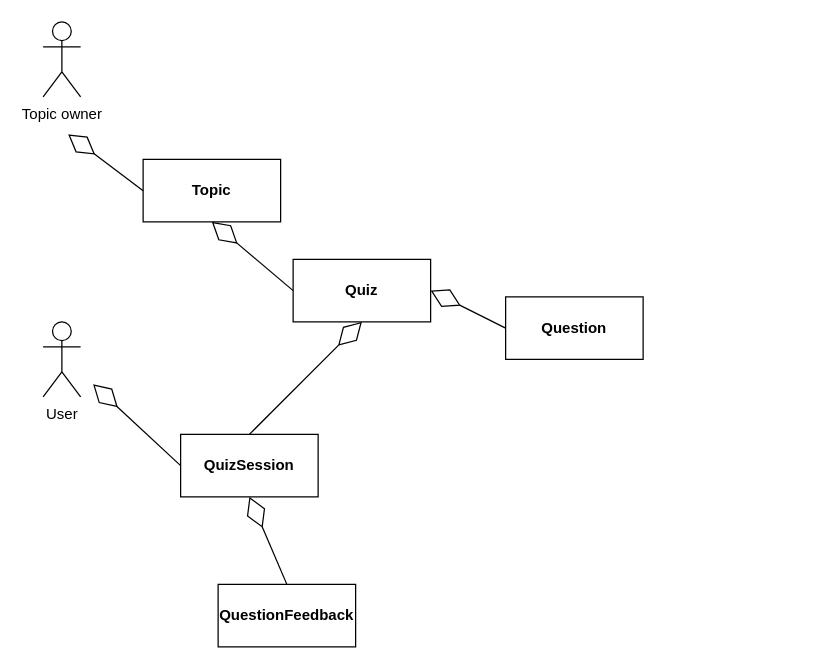
Earlier version of the draw.io diagram lab3diags/domain.drawio (piatrashkakanstantinass/psi2). Source tidied: cells renumbered, new cells numbered last; positions are measured from the earlier drawing's top-left corner, leaving out a move shared by most shapes. Both pictures are drawn from the tidied source at 125%, with x=0, y=0 at pixel (42, 21).
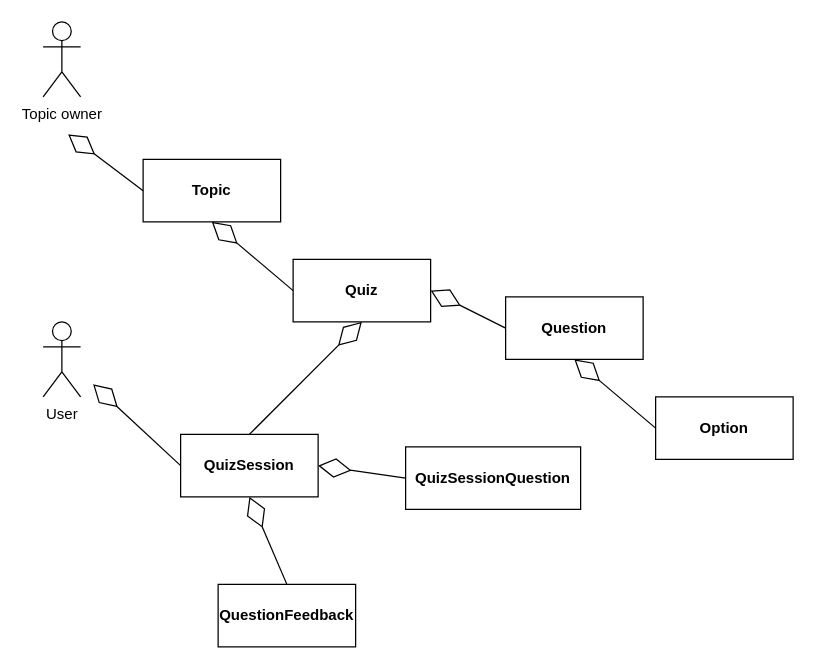
After the change.

Commit message (it also covers changes not shown here):
feat: initial use cases

The change refers to these unchanged cells:
```xml
<mxCell id="4" value="&lt;b&gt;Question&lt;/b&gt;" style="html=1;whiteSpace=wrap;" parent="1" vertex="1">
  <mxGeometry x="370" y="220" width="110" height="50" as="geometry" />
</mxCell>
<mxCell id="11" value="&lt;b&gt;QuizSession&lt;/b&gt;" style="html=1;whiteSpace=wrap;" parent="1" vertex="1">
  <mxGeometry x="110" y="330" width="110" height="50" as="geometry" />
</mxCell>
```

The edit, as a diff of the source:
```diff
@@
+    <mxCell id="15" value="&lt;b&gt;Option&lt;/b&gt;" style="html=1;whiteSpace=wrap;" parent="1" vertex="1">
+      <mxGeometry x="490" y="300" width="110" height="50" as="geometry" />
+    </mxCell>
+    <mxCell id="16" style="endArrow=diamondThin;endFill=0;endSize=24;html=1;rounded=0;entryX=0.5;entryY=1;entryDx=0;entryDy=0;exitX=0;exitY=0.5;exitDx=0;exitDy=0;" parent="1" edge="1" source="15" target="4">
+      <mxGeometry relative="1" as="geometry" />
+    </mxCell>
+    <mxCell id="17" value="&lt;b&gt;QuizSessionQuestion&lt;/b&gt;" style="html=1;whiteSpace=wrap;" parent="1" vertex="1">
+      <mxGeometry x="290" y="340" width="140" height="50" as="geometry" />
+    </mxCell>
+    <mxCell id="18" style="endArrow=diamondThin;endFill=0;endSize=24;html=1;rounded=0;entryX=1;entryY=0.5;entryDx=0;entryDy=0;exitX=0;exitY=0.5;exitDx=0;exitDy=0;" parent="1" edge="1" source="17" target="11">
+      <mxGeometry relative="1" as="geometry" />
+    </mxCell>
```
